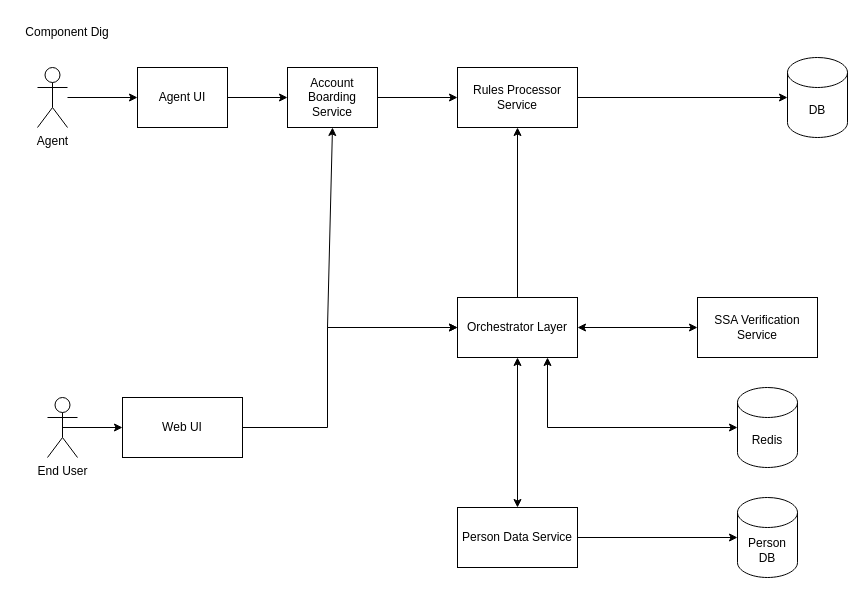
Earlier version of the draw.io diagram page "Level 1" (1 of 2) of Financial Request Desgin.drawio (mishranishant4/Arch-designs). Source tidied: cells renumbered, new cells numbered last; positions are measured from the earlier drawing's top-left corner, leaving out a move shared by most shapes. Both pictures are drawn from the tidied source at 100%, with x=0, y=0 at pixel (17, 17).
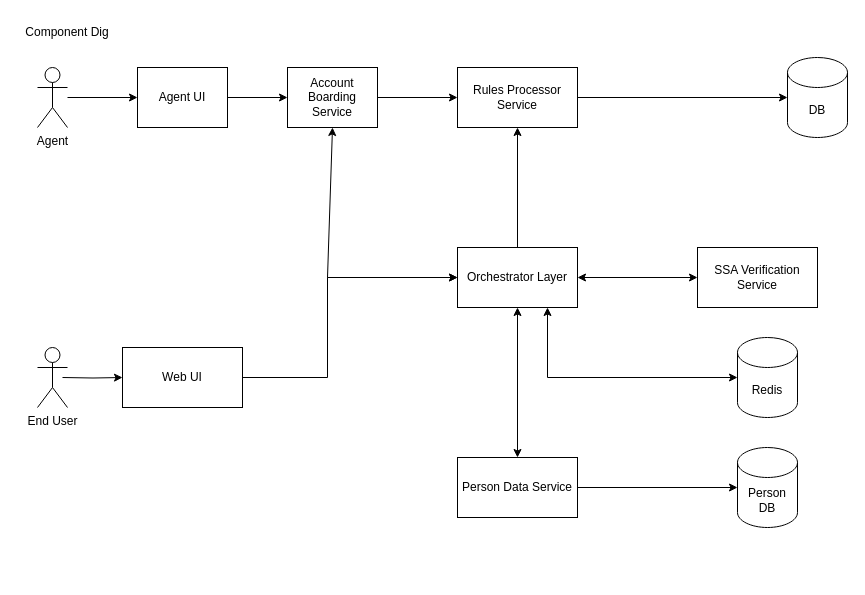
After the change.

Unchanged cells that the change refers to:
```xml
<mxCell id="7" value="Account Boarding Service" style="rounded=0;whiteSpace=wrap;html=1;" parent="1" vertex="1">
  <mxGeometry x="270" y="50" width="90" height="60" as="geometry" />
</mxCell>
```

The edit, as a diff of the source:
```diff
@@
     <mxCell id="11" value="Orchestrator Layer" style="whiteSpace=wrap;html=1;" parent="1" vertex="1">
-      <mxGeometry x="440" y="280" width="120" height="60" as="geometry" />
+      <mxGeometry x="440" y="230" width="120" height="60" as="geometry" />
     </mxCell>
     <mxCell id="12" value="SSA Verification Service" style="whiteSpace=wrap;html=1;" parent="1" vertex="1">
-      <mxGeometry x="680" y="280" width="120" height="60" as="geometry" />
+      <mxGeometry x="680" y="230" width="120" height="60" as="geometry" />
     </mxCell>
@@
     <mxCell id="14" value="Person Data Service" style="whiteSpace=wrap;html=1;" parent="1" vertex="1">
-      <mxGeometry x="440" y="490" width="120" height="60" as="geometry" />
+      <mxGeometry x="440" y="440" width="120" height="60" as="geometry" />
     </mxCell>
     <mxCell id="15" value="Person DB" style="shape=cylinder3;whiteSpace=wrap;html=1;boundedLbl=1;backgroundOutline=1;size=15;" parent="1" vertex="1">
-      <mxGeometry x="720" y="480" width="60" height="80" as="geometry" />
+      <mxGeometry x="720" y="430" width="60" height="80" as="geometry" />
     </mxCell>
@@
     <mxCell id="18" style="endArrow=classic;startArrow=classic;html=1;rounded=0;entryX=0.75;entryY=1;entryDx=0;entryDy=0;exitX=0;exitY=0.5;exitDx=0;exitDy=0;exitPerimeter=0;" parent="1" edge="1" source="19" target="11">
       <mxGeometry relative="1" as="geometry">
         <Array as="points">
-          <mxPoint x="530" y="410" />
+          <mxPoint x="530" y="360" />
         </Array>
       </mxGeometry>
     </mxCell>
     <mxCell id="19" value="Redis" style="shape=cylinder3;whiteSpace=wrap;html=1;boundedLbl=1;backgroundOutline=1;size=15;" parent="1" vertex="1">
-      <mxGeometry x="720" y="370" width="60" height="80" as="geometry" />
+      <mxGeometry x="720" y="320" width="60" height="80" as="geometry" />
     </mxCell>
-    <mxCell id="20" style="edgeStyle=orthogonalEdgeStyle;rounded=0;jettySize=auto;html=1;exitX=0.5;exitY=0.5;exitDx=0;exitDy=0;exitPerimeter=0;entryX=0;entryY=0.5;entryDx=0;entryDy=0;" parent="1" edge="1" source="21" target="23">
-      <mxGeometry relative="1" as="geometry" />
+    <mxCell id="20" style="edgeStyle=orthogonalEdgeStyle;rounded=0;jettySize=auto;html=1;exitX=0.5;exitY=0.5;exitDx=0;exitDy=0;exitPerimeter=0;entryX=0;entryY=0.5;entryDx=0;entryDy=0;" parent="1" edge="1" target="23">
+      <mxGeometry relative="1" as="geometry">
+        <mxPoint x="45" y="360" as="sourcePoint" />
+      </mxGeometry>
     </mxCell>
     <mxCell id="21" value="End User" style="shape=umlActor;verticalLabelPosition=bottom;verticalAlign=top;html=1;outlineConnect=0;" parent="1" vertex="1">
-      <mxGeometry x="30" y="380" width="30" height="60" as="geometry" />
+      <mxGeometry x="20" y="330" width="30" height="60" as="geometry" />
     </mxCell>
     <mxCell id="22" style="edgeStyle=orthogonalEdgeStyle;rounded=0;jettySize=auto;html=1;entryX=0;entryY=0.5;entryDx=0;entryDy=0;" parent="1" edge="1" source="23" target="11">
       <mxGeometry relative="1" as="geometry">
         <Array as="points">
-          <mxPoint x="310" y="410" />
-          <mxPoint x="310" y="310" />
+          <mxPoint x="310" y="360" />
+          <mxPoint x="310" y="260" />
         </Array>
       </mxGeometry>
     </mxCell>
     <mxCell id="23" value="Web UI" style="rounded=0;whiteSpace=wrap;html=1;" parent="1" vertex="1">
-      <mxGeometry x="105" y="380" width="120" height="60" as="geometry" />
+      <mxGeometry x="105" y="330" width="120" height="60" as="geometry" />
     </mxCell>
     <mxCell id="24" style="endArrow=classic;startArrow=classic;html=1;rounded=0;entryX=0.5;entryY=1;entryDx=0;entryDy=0;exitX=0;exitY=0.5;exitDx=0;exitDy=0;" parent="1" edge="1" source="11" target="7">
       <mxGeometry relative="1" as="geometry">
         <Array as="points">
-          <mxPoint x="310" y="310" />
+          <mxPoint x="310" y="260" />
         </Array>
       </mxGeometry>
     </mxCell>
```
